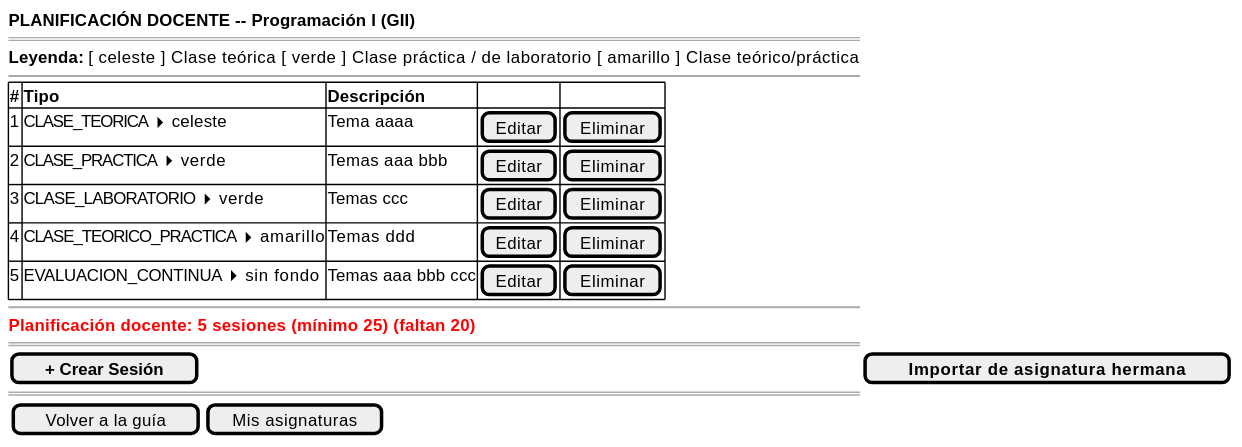
mmasias/pyCeldaPublico keeps this PlantUML diagram as images/RUP/01-requisitos/03-detalle-casos-uso/abrirPlanificacionDocente/wireframe.svg. Above is the earlier version.
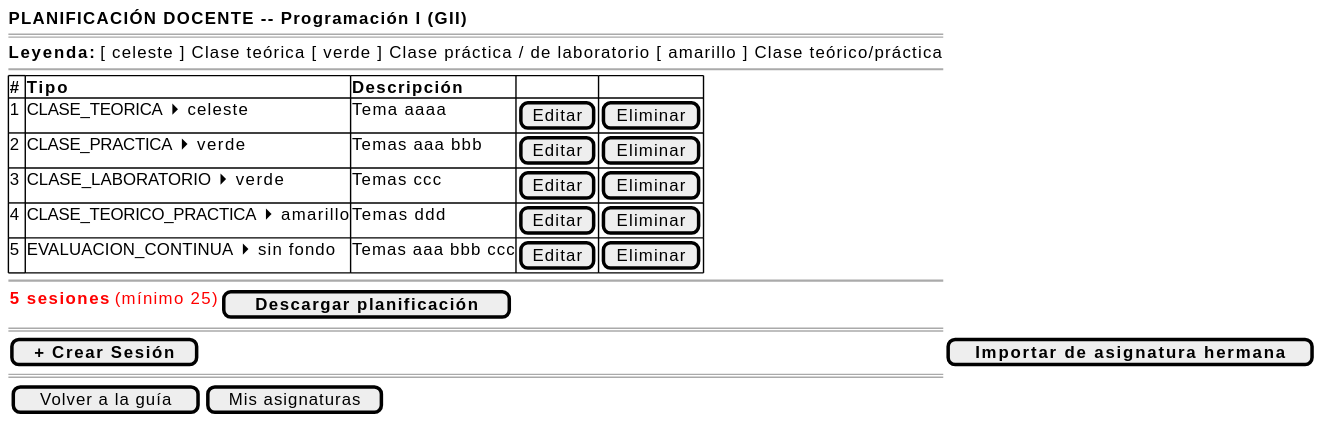
The same diagram one commit later.

Change to the diagram source:
```diff
@@ -13,7 +13,7 @@
         5 | EVALUACION_CONTINUA <&caret-right> sin fondo | Temas aaa bbb ccc | [Editar] | [Eliminar]
     }
     ~~
-    <color:red><b>Planificación docente: 5 sesiones (mínimo 25) (faltan 20)</b></color>
+    {<color:red><b>5 sesiones</b> (mínimo 25)</color> | [ <b>Descargar planificación</b> ]}
     ====
     [ <b>+ Crear Sesión</b> ] | [ <b>Importar de asignatura hermana</b> ]
     ====
```
